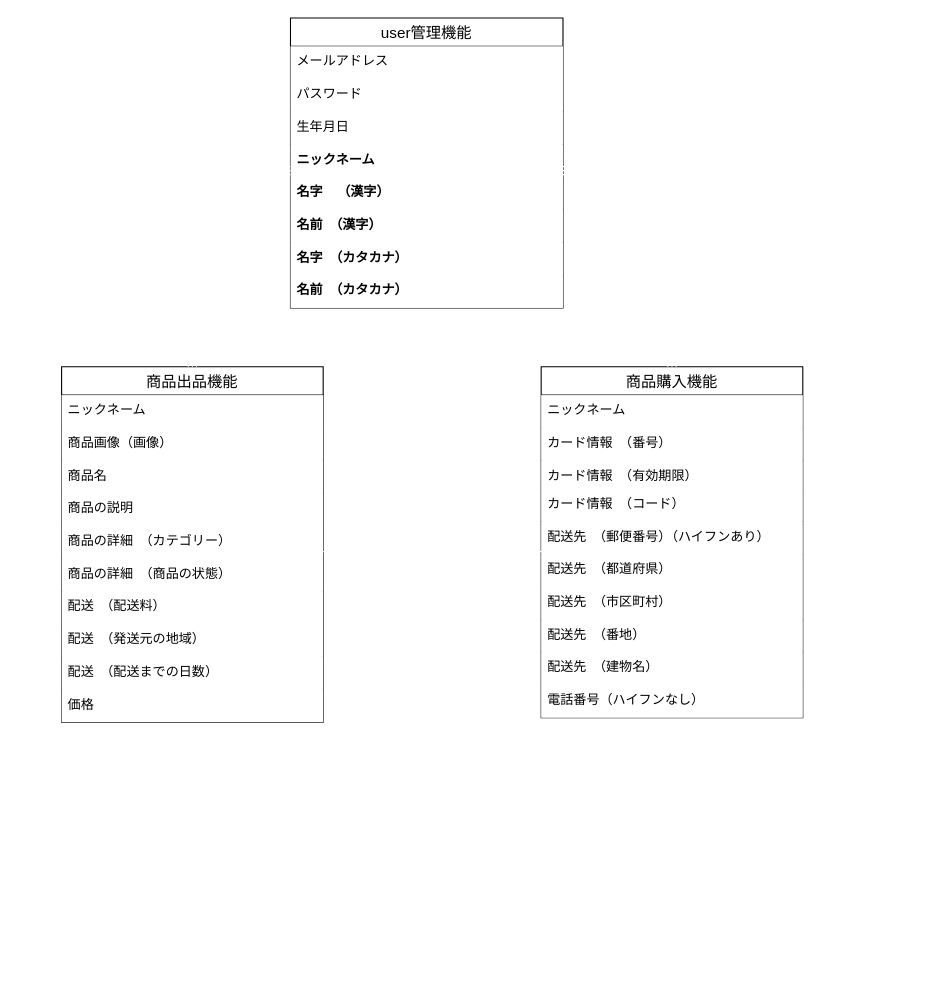
The draw.io diagram readme.dio in takumi19910112/furima-38533, before the edit. Source tidied: cells renumbered, new cells numbered last; positions are measured from the earlier drawing's top-left corner, leaving out a move shared by most shapes. Both pictures are drawn from the tidied source at 109%, with x=0, y=0 at pixel (61, 17).
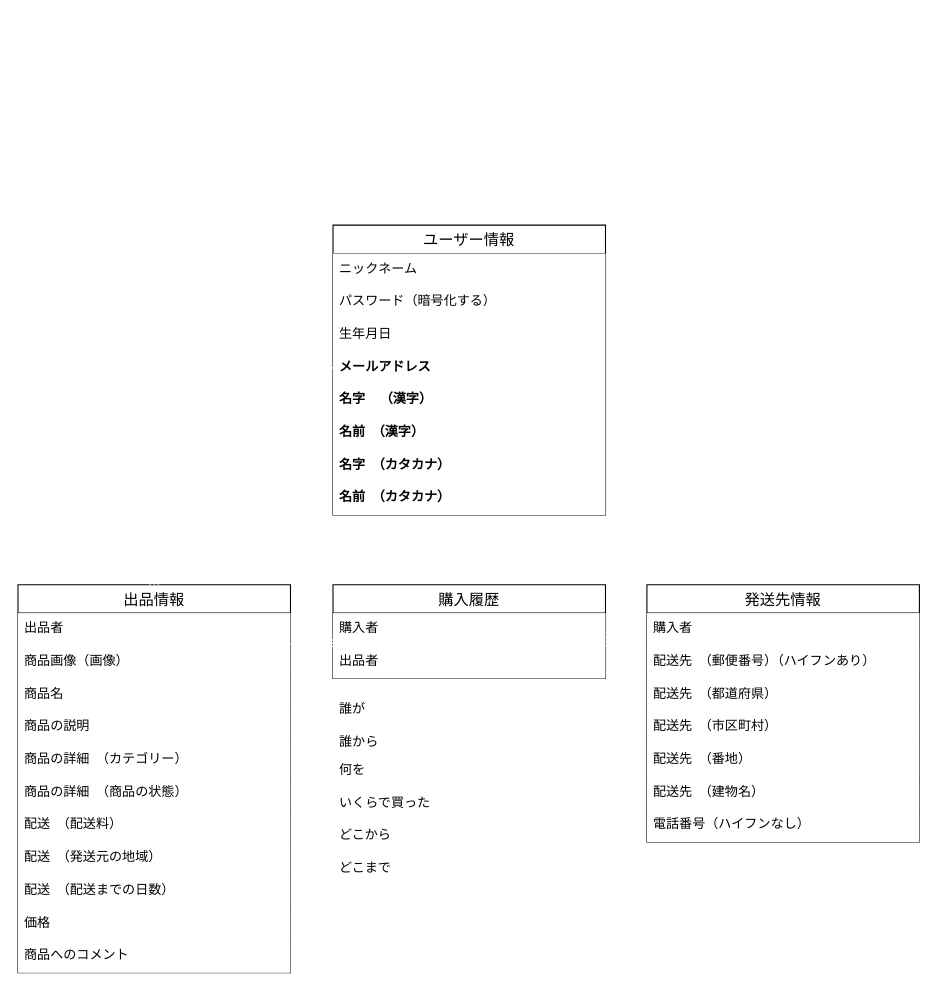
After the change.

Change to the diagram source:
```diff
@@
+    <mxCell id="36" style="edgeStyle=none;rounded=0;html=1;exitX=1;exitY=0.5;exitDx=0;exitDy=0;startArrow=ERone;startFill=0;endArrow=ERone;endFill=0;strokeColor=#FFFFFF;entryX=0.5;entryY=0;entryDx=0;entryDy=0;" parent="1" edge="1" source="2" target="22">
+      <mxGeometry relative="1" as="geometry">
+        <Array as="points">
+          <mxPoint x="662" y="323" />
+        </Array>
+      </mxGeometry>
+    </mxCell>
-    <mxCell id="2" value="user管理機能" style="swimlane;fontStyle=0;horizontal=1;startSize=26;align=center;fontSize=14;" parent="1" vertex="1">
-      <mxGeometry x="210" width="250" height="266" as="geometry" />
+    <mxCell id="2" value="ユーザー情報" style="swimlane;fontStyle=0;horizontal=1;startSize=26;align=center;fontSize=14;" parent="1" vertex="1">
+      <mxGeometry x="249" y="190" width="250" height="266" as="geometry" />
     </mxCell>
-    <mxCell id="3" value="メールアドレス" style="text;strokeColor=none;fillColor=default;spacingLeft=4;spacingRight=4;overflow=hidden;fontSize=12;" parent="2" vertex="1">
+    <mxCell id="3" value="ニックネーム" style="text;strokeColor=none;fillColor=default;spacingLeft=4;spacingRight=4;overflow=hidden;fontSize=12;" parent="2" vertex="1">
       <mxGeometry y="26" width="250" height="30" as="geometry" />
     </mxCell>
-    <mxCell id="4" value="パスワード" style="text;strokeColor=none;fillColor=default;spacingLeft=4;spacingRight=4;overflow=hidden;fontSize=12;" parent="2" vertex="1">
+    <mxCell id="4" value="パスワード（暗号化する）" style="text;strokeColor=none;fillColor=default;spacingLeft=4;spacingRight=4;overflow=hidden;fontSize=12;" parent="2" vertex="1">
       <mxGeometry y="56" width="250" height="30" as="geometry" />
     </mxCell>
@@
-    <mxCell id="6" value="ニックネーム" style="text;strokeColor=none;fillColor=default;spacingLeft=4;spacingRight=4;overflow=hidden;points=[[0,0.5],[1,0.5]];portConstraint=eastwest;fontSize=12;fontStyle=1;" parent="2" vertex="1">
+    <mxCell id="6" value="メールアドレス" style="text;strokeColor=none;fillColor=default;spacingLeft=4;spacingRight=4;overflow=hidden;points=[[0,0.5],[1,0.5]];portConstraint=eastwest;fontSize=12;fontStyle=1;" parent="2" vertex="1">
       <mxGeometry y="116" width="250" height="30" as="geometry" />
     </mxCell>
@@
+    <mxCell id="37" style="edgeStyle=none;rounded=0;html=1;exitX=0.5;exitY=1;exitDx=0;exitDy=0;endArrow=ERmany;endFill=0;entryX=0.5;entryY=1;entryDx=0;entryDy=0;startArrow=ERmany;startFill=0;fillColor=#d80073;strokeColor=#FFFFFF;" parent="1" edge="1" source="11" target="22">
+      <mxGeometry relative="1" as="geometry">
+        <Array as="points">
+          <mxPoint x="85" y="880" />
+          <mxPoint x="662" y="880" />
+        </Array>
+      </mxGeometry>
+    </mxCell>
-    <mxCell id="11" value="商品出品機能" style="swimlane;fontStyle=0;horizontal=1;startSize=26;align=center;fontSize=14;" parent="1" vertex="1">
-      <mxGeometry y="320" width="240" height="326" as="geometry" />
+    <mxCell id="11" value="出品情報" style="swimlane;fontStyle=0;horizontal=1;startSize=26;align=center;fontSize=14;" parent="1" vertex="1">
+      <mxGeometry x="-40" y="520" width="250" height="356" as="geometry" />
     </mxCell>
-    <mxCell id="12" value="ニックネーム" style="text;strokeColor=none;fillColor=default;spacingLeft=4;spacingRight=4;overflow=hidden;fontSize=12;" parent="11" vertex="1">
-      <mxGeometry y="26" width="240" height="30" as="geometry" />
-    </mxCell>
+    <mxCell id="38" value="出品者" style="text;strokeColor=none;fillColor=default;spacingLeft=4;spacingRight=4;overflow=hidden;fontSize=12;" parent="11" vertex="1">
+      <mxGeometry y="26" width="250" height="30" as="geometry" />
+    </mxCell>
     <mxCell id="13" value="商品画像（画像）" style="text;strokeColor=none;fillColor=default;spacingLeft=4;spacingRight=4;overflow=hidden;fontSize=12;" parent="11" vertex="1">
-      <mxGeometry y="56" width="240" height="30" as="geometry" />
+      <mxGeometry y="56" width="250" height="30" as="geometry" />
     </mxCell>
     <mxCell id="14" value="商品名" style="text;strokeColor=none;fillColor=default;spacingLeft=4;spacingRight=4;overflow=hidden;fontSize=12;" parent="11" vertex="1">
-      <mxGeometry y="86" width="240" height="30" as="geometry" />
+      <mxGeometry y="86" width="250" height="30" as="geometry" />
     </mxCell>
     <mxCell id="15" value="商品の説明" style="text;strokeColor=none;fillColor=default;spacingLeft=4;spacingRight=4;overflow=hidden;fontSize=12;" parent="11" vertex="1">
-      <mxGeometry y="116" width="240" height="30" as="geometry" />
+      <mxGeometry y="116" width="250" height="30" as="geometry" />
     </mxCell>
     <mxCell id="16" value="商品の詳細　（カテゴリー）" style="text;strokeColor=none;fillColor=default;spacingLeft=4;spacingRight=4;overflow=hidden;points=[[0,0.5],[1,0.5]];portConstraint=eastwest;fontSize=12;" parent="11" vertex="1">
-      <mxGeometry y="146" width="240" height="30" as="geometry" />
+      <mxGeometry y="146" width="250" height="30" as="geometry" />
     </mxCell>
     <mxCell id="17" value="商品の詳細　（商品の状態）" style="text;strokeColor=none;fillColor=default;spacingLeft=4;spacingRight=4;overflow=hidden;fontSize=12;" parent="11" vertex="1">
-      <mxGeometry y="176" width="240" height="30" as="geometry" />
+      <mxGeometry y="176" width="250" height="30" as="geometry" />
     </mxCell>
     <mxCell id="18" value="配送　（配送料）" style="text;strokeColor=none;fillColor=default;spacingLeft=4;spacingRight=4;overflow=hidden;fontSize=12;" parent="11" vertex="1">
-      <mxGeometry y="206" width="240" height="30" as="geometry" />
+      <mxGeometry y="206" width="250" height="30" as="geometry" />
     </mxCell>
     <mxCell id="19" value="配送　（発送元の地域）" style="text;strokeColor=none;fillColor=default;spacingLeft=4;spacingRight=4;overflow=hidden;fontSize=12;" parent="11" vertex="1">
-      <mxGeometry y="236" width="240" height="30" as="geometry" />
+      <mxGeometry y="236" width="250" height="30" as="geometry" />
     </mxCell>
     <mxCell id="20" value="配送　（配送までの日数）" style="text;strokeColor=none;fillColor=default;spacingLeft=4;spacingRight=4;overflow=hidden;fontSize=12;" parent="11" vertex="1">
-      <mxGeometry y="266" width="240" height="30" as="geometry" />
+      <mxGeometry y="266" width="250" height="30" as="geometry" />
     </mxCell>
     <mxCell id="21" value="価格" style="text;strokeColor=none;fillColor=default;spacingLeft=4;spacingRight=4;overflow=hidden;fontSize=12;" parent="11" vertex="1">
-      <mxGeometry y="296" width="240" height="30" as="geometry" />
+      <mxGeometry y="296" width="250" height="30" as="geometry" />
     </mxCell>
+    <mxCell id="39" value="商品へのコメント" style="text;strokeColor=none;fillColor=default;spacingLeft=4;spacingRight=4;overflow=hidden;fontSize=12;" parent="11" vertex="1">
+      <mxGeometry y="326" width="250" height="30" as="geometry" />
+    </mxCell>
-    <mxCell id="22" value="商品購入機能" style="swimlane;fontStyle=0;horizontal=1;startSize=26;align=center;fontSize=14;" parent="1" vertex="1">
-      <mxGeometry x="440" y="320" width="240" height="322" as="geometry" />
+    <mxCell id="22" value="発送先情報" style="swimlane;fontStyle=0;horizontal=1;startSize=26;align=center;fontSize=14;" parent="1" vertex="1">
+      <mxGeometry x="537" y="520" width="250" height="236" as="geometry" />
     </mxCell>
-    <mxCell id="23" value="ニックネーム" style="text;strokeColor=none;fillColor=default;spacingLeft=4;spacingRight=4;overflow=hidden;fontSize=12;" parent="22" vertex="1">
-      <mxGeometry y="26" width="240" height="30" as="geometry" />
-    </mxCell>
-    <mxCell id="24" value="カード情報　（番号）" style="text;strokeColor=none;fillColor=default;spacingLeft=4;spacingRight=4;overflow=hidden;fontSize=12;" parent="22" vertex="1">
-      <mxGeometry y="56" width="240" height="30" as="geometry" />
-    </mxCell>
-    <mxCell id="25" value="カード情報　（有効期限）" style="text;strokeColor=none;fillColor=default;spacingLeft=4;spacingRight=4;overflow=hidden;fontSize=12;" parent="22" vertex="1">
-      <mxGeometry y="86" width="240" height="26" as="geometry" />
-    </mxCell>
-    <mxCell id="26" value="カード情報　（コード）" style="text;strokeColor=none;fillColor=default;spacingLeft=4;spacingRight=4;overflow=hidden;fontSize=12;" parent="22" vertex="1">
-      <mxGeometry y="112" width="240" height="30" as="geometry" />
-    </mxCell>
+    <mxCell id="40" value="購入者" style="text;strokeColor=none;fillColor=default;spacingLeft=4;spacingRight=4;overflow=hidden;points=[[0,0.5],[1,0.5]];portConstraint=eastwest;fontSize=12;" parent="22" vertex="1">
+      <mxGeometry y="26" width="250" height="30" as="geometry" />
+    </mxCell>
     <mxCell id="27" value="配送先　（郵便番号）（ハイフンあり）" style="text;strokeColor=none;fillColor=default;spacingLeft=4;spacingRight=4;overflow=hidden;points=[[0,0.5],[1,0.5]];portConstraint=eastwest;fontSize=12;" parent="22" vertex="1">
-      <mxGeometry y="142" width="240" height="30" as="geometry" />
+      <mxGeometry y="56" width="250" height="30" as="geometry" />
     </mxCell>
     <mxCell id="28" value="配送先　（都道府県）" style="text;strokeColor=none;fillColor=default;spacingLeft=4;spacingRight=4;overflow=hidden;fontSize=12;" parent="22" vertex="1">
-      <mxGeometry y="172" width="240" height="30" as="geometry" />
+      <mxGeometry y="86" width="250" height="30" as="geometry" />
     </mxCell>
     <mxCell id="29" value="配送先　（市区町村）" style="text;strokeColor=none;fillColor=default;spacingLeft=4;spacingRight=4;overflow=hidden;fontSize=12;" parent="22" vertex="1">
-      <mxGeometry y="202" width="240" height="30" as="geometry" />
+      <mxGeometry y="116" width="250" height="30" as="geometry" />
     </mxCell>
     <mxCell id="30" value="配送先　（番地）" style="text;strokeColor=none;fillColor=default;spacingLeft=4;spacingRight=4;overflow=hidden;fontSize=12;" parent="22" vertex="1">
-      <mxGeometry y="232" width="240" height="30" as="geometry" />
+      <mxGeometry y="146" width="250" height="30" as="geometry" />
     </mxCell>
     <mxCell id="31" value="配送先　（建物名）" style="text;strokeColor=none;fillColor=default;spacingLeft=4;spacingRight=4;overflow=hidden;fontSize=12;" parent="22" vertex="1">
-      <mxGeometry y="262" width="240" height="30" as="geometry" />
+      <mxGeometry y="176" width="250" height="30" as="geometry" />
     </mxCell>
     <mxCell id="32" value="電話番号（ハイフンなし）" style="text;strokeColor=none;fillColor=default;spacingLeft=4;spacingRight=4;overflow=hidden;fontSize=12;" parent="22" vertex="1">
-      <mxGeometry y="292" width="240" height="30" as="geometry" />
+      <mxGeometry y="206" width="250" height="30" as="geometry" />
     </mxCell>
-    <mxCell id="33" style="edgeStyle=none;html=1;entryX=0.5;entryY=0;entryDx=0;entryDy=0;rounded=0;endArrow=ERmany;endFill=0;fillColor=#ffff88;strokeColor=#FFFFFF;startArrow=ERmany;startFill=0;" parent="1" edge="1" target="22">
-      <mxGeometry relative="1" as="geometry">
-        <mxPoint x="460" y="140" as="sourcePoint" />
-        <Array as="points">
-          <mxPoint x="560" y="140" />
-        </Array>
-      </mxGeometry>
-    </mxCell>
-    <mxCell id="34" style="edgeStyle=none;rounded=0;html=1;startArrow=ERmany;startFill=0;endArrow=ERmany;endFill=0;strokeColor=#FFFFFF;entryX=0.5;entryY=0;entryDx=0;entryDy=0;" parent="1" edge="1" target="11">
-      <mxGeometry relative="1" as="geometry">
-        <mxPoint x="210" y="140" as="sourcePoint" />
-        <Array as="points">
-          <mxPoint x="120" y="140" />
-        </Array>
-      </mxGeometry>
-    </mxCell>
-    <mxCell id="35" style="edgeStyle=none;rounded=0;html=1;startArrow=ERone;startFill=0;endArrow=ERone;endFill=0;strokeColor=#FFFFFF;entryX=0.004;entryY=0.917;entryDx=0;entryDy=0;entryPerimeter=0;exitX=1;exitY=0.784;exitDx=0;exitDy=0;exitPerimeter=0;" parent="1" edge="1" source="16" target="27">
-      <mxGeometry relative="1" as="geometry" />
-    </mxCell>
+    <mxCell id="41" value="購入履歴" style="swimlane;fontStyle=0;horizontal=1;startSize=26;align=center;fontSize=14;" parent="1" vertex="1">
+      <mxGeometry x="249" y="520" width="250" height="86" as="geometry" />
+    </mxCell>
+    <mxCell id="42" value="購入者" style="text;strokeColor=none;fillColor=default;spacingLeft=4;spacingRight=4;overflow=hidden;fontSize=12;" parent="41" vertex="1">
+      <mxGeometry y="26" width="250" height="30" as="geometry" />
+    </mxCell>
+    <mxCell id="43" value="出品者" style="text;strokeColor=none;fillColor=default;spacingLeft=4;spacingRight=4;overflow=hidden;points=[[0,0.5],[1,0.5]];portConstraint=eastwest;fontSize=12;" parent="41" vertex="1">
+      <mxGeometry y="56" width="250" height="30" as="geometry" />
+    </mxCell>
+    <mxCell id="44" value="誰が" style="text;strokeColor=none;fillColor=default;spacingLeft=4;spacingRight=4;overflow=hidden;fontSize=12;" parent="1" vertex="1">
+      <mxGeometry x="249" y="620" width="250" height="30" as="geometry" />
+    </mxCell>
+    <mxCell id="45" value="何を" style="text;strokeColor=none;fillColor=default;spacingLeft=4;spacingRight=4;overflow=hidden;fontSize=12;" parent="1" vertex="1">
+      <mxGeometry x="249" y="676" width="250" height="30" as="geometry" />
+    </mxCell>
+    <mxCell id="46" value="いくらで買った" style="text;strokeColor=none;fillColor=default;spacingLeft=4;spacingRight=4;overflow=hidden;fontSize=12;" parent="1" vertex="1">
+      <mxGeometry x="249" y="706" width="250" height="30" as="geometry" />
+    </mxCell>
+    <mxCell id="47" value="どこから" style="text;strokeColor=none;fillColor=default;spacingLeft=4;spacingRight=4;overflow=hidden;fontSize=12;" parent="1" vertex="1">
+      <mxGeometry x="249" y="736" width="250" height="30" as="geometry" />
+    </mxCell>
+    <mxCell id="48" value="どこまで" style="text;strokeColor=none;fillColor=default;spacingLeft=4;spacingRight=4;overflow=hidden;fontSize=12;" parent="1" vertex="1">
+      <mxGeometry x="249" y="766" width="250" height="30" as="geometry" />
+    </mxCell>
+    <mxCell id="49" value="誰から" style="text;strokeColor=none;fillColor=default;spacingLeft=4;spacingRight=4;overflow=hidden;fontSize=12;" parent="1" vertex="1">
+      <mxGeometry x="249" y="650" width="250" height="30" as="geometry" />
+    </mxCell>
+    <mxCell id="50" style="edgeStyle=none;html=1;exitX=0;exitY=0.5;exitDx=0;exitDy=0;entryX=0.5;entryY=0;entryDx=0;entryDy=0;rounded=0;endArrow=ERmany;endFill=0;startArrow=ERone;startFill=0;fillColor=#d80073;strokeColor=#FFFFFF;" parent="1" edge="1" source="6" target="11">
+      <mxGeometry relative="1" as="geometry">
+        <Array as="points">
+          <mxPoint x="85" y="321" />
+        </Array>
+      </mxGeometry>
+    </mxCell>
+    <mxCell id="51" style="edgeStyle=none;rounded=0;html=1;entryX=0.006;entryY=-0.083;entryDx=0;entryDy=0;startArrow=ERone;startFill=0;endArrow=ERmany;endFill=0;entryPerimeter=0;fillColor=#d80073;strokeColor=#FFFFFF;" parent="1" edge="1" target="43">
+      <mxGeometry relative="1" as="geometry">
+        <mxPoint x="210" y="574" as="sourcePoint" />
+      </mxGeometry>
+    </mxCell>
+    <mxCell id="52" style="edgeStyle=none;rounded=0;html=1;startArrow=ERmany;startFill=0;endArrow=ERone;endFill=0;fillColor=#d80073;strokeColor=#FFFFFF;entryX=-0.004;entryY=0.883;entryDx=0;entryDy=0;entryPerimeter=0;" parent="1" edge="1" target="40">
+      <mxGeometry relative="1" as="geometry">
+        <mxPoint x="499" y="572" as="sourcePoint" />
+      </mxGeometry>
+    </mxCell>
```
